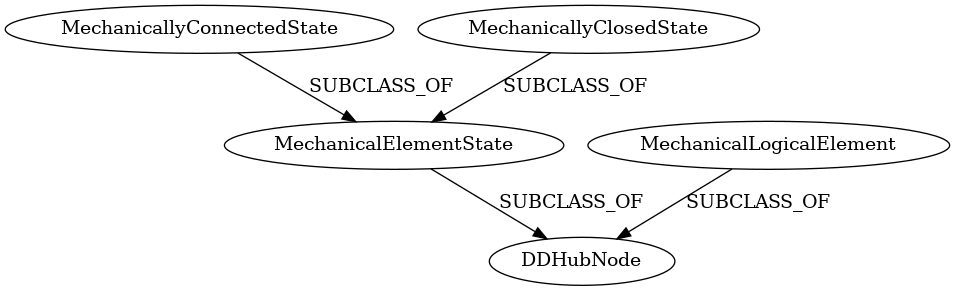
D-WIS/DDHub-Semantic-Interoperability keeps this Graphviz diagram as docs/vocabulary_development/diagrams/generated/Mechanics.png. Above is the earlier version. Its source is kept beside it as docs/vocabulary_development/dotfiles/Mechanics.dot. Source of this version:
```dot
strict digraph  {
DDHubNode;
MechanicalElementState;
MechanicallyConnectedState;
MechanicallyClosedState;
MechanicalLogicalElement;
MechanicalElementState -> DDHubNode  [label=SUBCLASS_OF];
MechanicallyConnectedState -> MechanicalElementState  [label=SUBCLASS_OF];
MechanicallyClosedState -> MechanicalElementState  [label=SUBCLASS_OF];
MechanicalLogicalElement -> DDHubNode  [label=SUBCLASS_OF];
}
```
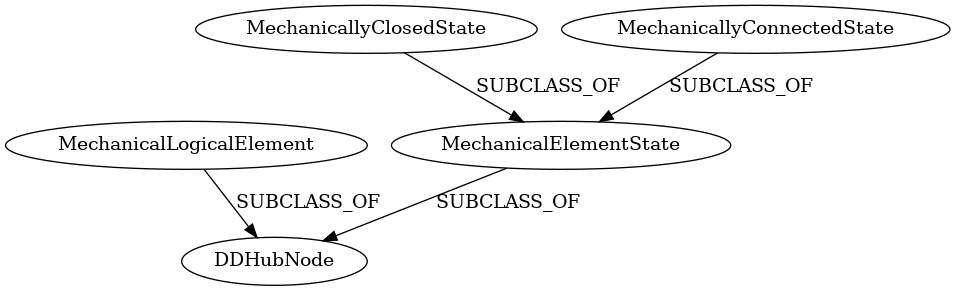
The same diagram one commit later.

The edit, as a diff of the source:
```diff
@@ -1,11 +1,11 @@
 strict digraph  {
+MechanicalElementState;
+MechanicalLogicalElement;
+MechanicallyClosedState;
+MechanicallyConnectedState;
 DDHubNode;
-MechanicalElementState;
-MechanicallyConnectedState;
-MechanicallyClosedState;
-MechanicalLogicalElement;
 MechanicalElementState -> DDHubNode  [label=SUBCLASS_OF];
+MechanicalLogicalElement -> DDHubNode  [label=SUBCLASS_OF];
+MechanicallyClosedState -> MechanicalElementState  [label=SUBCLASS_OF];
 MechanicallyConnectedState -> MechanicalElementState  [label=SUBCLASS_OF];
-MechanicallyClosedState -> MechanicalElementState  [label=SUBCLASS_OF];
-MechanicalLogicalElement -> DDHubNode  [label=SUBCLASS_OF];
 }
```
